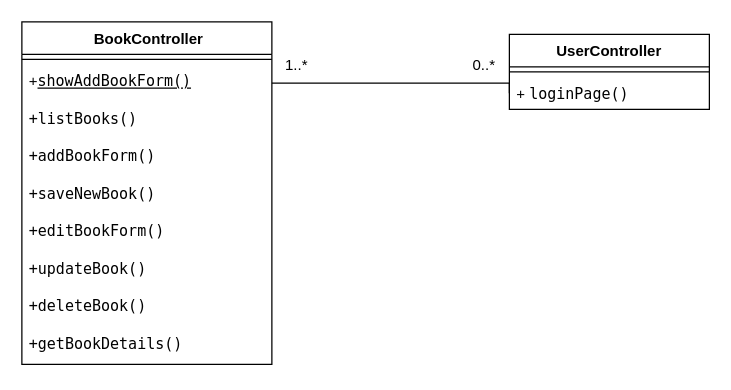
Before: クラス図.drawio in SuLeiMin/NewLibrarySystem, a draw.io diagram. Source tidied: cells renumbered, new cells numbered last; positions are measured from the earlier drawing's top-left corner, leaving out a move shared by most shapes. Both pictures are drawn from the tidied source at 125%, with x=0, y=0 at pixel (21, 21).
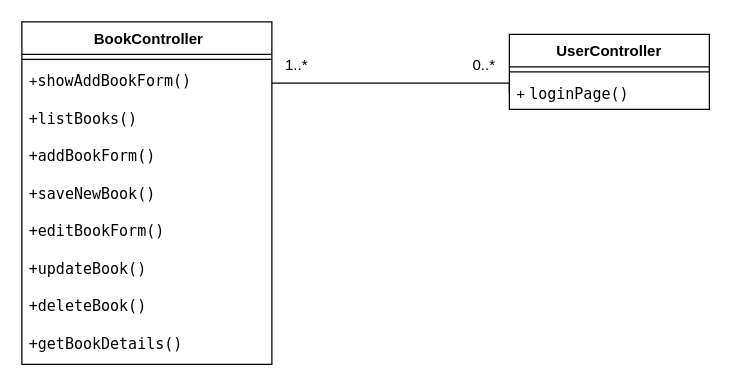
The same page after the edit.

The edit, as a diff of the source:
```diff
@@
 <mxGraphModel>
   <root>
     <mxCell id="0" />
     <mxCell id="1" parent="0" />
     <mxCell id="2" value="&amp;nbsp;BookController" style="swimlane;fontStyle=1;align=center;verticalAlign=top;horizontal=1;startSize=26;whiteSpace=wrap;html=1;" parent="1" vertex="1">
       <mxGeometry width="200" height="274" as="geometry" />
     </mxCell>
     <mxCell id="3" style="line;strokeWidth=1;fillColor=none;align=left;verticalAlign=middle;spacingTop=-1;spacingLeft=3;spacingRight=3;labelPosition=right;strokeColor=inherit;" parent="2" vertex="1">
       <mxGeometry y="26" width="200" height="8" as="geometry" />
     </mxCell>
-    <mxCell id="4" value="+&lt;font face=&quot;Menlo&quot;&gt;&lt;u&gt;showAddBookForm()&lt;/u&gt;&lt;/font&gt;" style="text;strokeColor=none;fillColor=none;align=left;verticalAlign=top;spacingLeft=4;spacingRight=4;overflow=hidden;points=[[0,0.5],[1,0.5]];portConstraint=eastwest;whiteSpace=wrap;html=1;" parent="2" vertex="1">
+    <mxCell id="4" value="+&lt;font face=&quot;Menlo&quot;&gt;&lt;span&gt;showAddBookForm()&lt;/span&gt;&lt;/font&gt;" style="text;strokeColor=none;fillColor=none;align=left;verticalAlign=top;spacingLeft=4;spacingRight=4;overflow=hidden;points=[[0,0.5],[1,0.5]];portConstraint=eastwest;whiteSpace=wrap;html=1;fontStyle=0;" parent="2" vertex="1">
       <mxGeometry y="34" width="200" height="30" as="geometry" />
     </mxCell>
     <mxCell id="5" value="&lt;p style=&quot;margin: 0px; font-variant-numeric: normal; font-variant-east-asian: normal; font-variant-alternates: normal; font-size-adjust: none; font-kerning: auto; font-optical-sizing: auto; font-feature-settings: normal; font-variation-settings: normal; font-variant-position: normal; font-variant-emoji: normal; font-stretch: normal; line-height: normal; font-family: Menlo;&quot; class=&quot;p1&quot;&gt;+listBooks()&lt;/p&gt;" style="text;strokeColor=none;fillColor=none;align=left;verticalAlign=top;spacingLeft=4;spacingRight=4;overflow=hidden;whiteSpace=wrap;html=1;" parent="2" vertex="1">
       <mxGeometry y="64" width="200" height="30" as="geometry" />
     </mxCell>
     <mxCell id="6" value="&lt;p style=&quot;margin: 0px; font-variant-numeric: normal; font-variant-east-asian: normal; font-variant-alternates: normal; font-size-adjust: none; font-kerning: auto; font-optical-sizing: auto; font-feature-settings: normal; font-variation-settings: normal; font-variant-position: normal; font-variant-emoji: normal; font-stretch: normal; line-height: normal; font-family: Menlo;&quot; class=&quot;p1&quot;&gt;+&lt;span style=&quot;background-color: transparent; color: light-dark(rgb(0, 0, 0), rgb(255, 255, 255));&quot;&gt;addBookForm&lt;/span&gt;&lt;span style=&quot;background-color: transparent; color: light-dark(rgb(0, 0, 0), rgb(255, 255, 255));&quot;&gt;()&lt;/span&gt;&lt;/p&gt;" style="text;strokeColor=none;fillColor=none;align=left;verticalAlign=top;spacingLeft=4;spacingRight=4;overflow=hidden;whiteSpace=wrap;html=1;" parent="2" vertex="1">
       <mxGeometry y="94" width="200" height="30" as="geometry" />
     </mxCell>
     <mxCell id="7" value="&lt;p style=&quot;margin: 0px; font-variant-numeric: normal; font-variant-east-asian: normal; font-variant-alternates: normal; font-size-adjust: none; font-kerning: auto; font-optical-sizing: auto; font-feature-settings: normal; font-variation-settings: normal; font-variant-position: normal; font-variant-emoji: normal; font-stretch: normal; line-height: normal; font-family: Menlo;&quot; class=&quot;p1&quot;&gt;+&lt;span style=&quot;background-color: transparent; color: light-dark(rgb(0, 0, 0), rgb(255, 255, 255));&quot;&gt;saveNewBook&lt;/span&gt;&lt;span style=&quot;background-color: transparent; color: light-dark(rgb(0, 0, 0), rgb(255, 255, 255));&quot;&gt;()&lt;/span&gt;&lt;/p&gt;" style="text;strokeColor=none;fillColor=none;align=left;verticalAlign=top;spacingLeft=4;spacingRight=4;overflow=hidden;whiteSpace=wrap;html=1;" parent="2" vertex="1">
       <mxGeometry y="124" width="200" height="30" as="geometry" />
     </mxCell>
     <mxCell id="8" value="&lt;p style=&quot;margin: 0px; font-variant-numeric: normal; font-variant-east-asian: normal; font-variant-alternates: normal; font-size-adjust: none; font-kerning: auto; font-optical-sizing: auto; font-feature-settings: normal; font-variation-settings: normal; font-variant-position: normal; font-variant-emoji: normal; font-stretch: normal; line-height: normal; font-family: Menlo;&quot; class=&quot;p1&quot;&gt;+&lt;span style=&quot;background-color: transparent; color: light-dark(rgb(0, 0, 0), rgb(255, 255, 255));&quot;&gt;editBookForm&lt;/span&gt;&lt;span style=&quot;background-color: transparent; color: light-dark(rgb(0, 0, 0), rgb(255, 255, 255));&quot;&gt;()&lt;/span&gt;&lt;/p&gt;" style="text;strokeColor=none;fillColor=none;align=left;verticalAlign=top;spacingLeft=4;spacingRight=4;overflow=hidden;whiteSpace=wrap;html=1;" parent="2" vertex="1">
       <mxGeometry y="154" width="200" height="30" as="geometry" />
     </mxCell>
     <mxCell id="9" value="&lt;p style=&quot;margin: 0px; font-variant-numeric: normal; font-variant-east-asian: normal; font-variant-alternates: normal; font-size-adjust: none; font-kerning: auto; font-optical-sizing: auto; font-feature-settings: normal; font-variation-settings: normal; font-variant-position: normal; font-variant-emoji: normal; font-stretch: normal; line-height: normal; font-family: Menlo;&quot; class=&quot;p1&quot;&gt;+&lt;span style=&quot;background-color: transparent; color: light-dark(rgb(0, 0, 0), rgb(255, 255, 255));&quot;&gt;updateBook&lt;/span&gt;&lt;span style=&quot;background-color: transparent; color: light-dark(rgb(0, 0, 0), rgb(255, 255, 255));&quot;&gt;()&lt;/span&gt;&lt;/p&gt;" style="text;strokeColor=none;fillColor=none;align=left;verticalAlign=top;spacingLeft=4;spacingRight=4;overflow=hidden;whiteSpace=wrap;html=1;" parent="2" vertex="1">
       <mxGeometry y="184" width="200" height="30" as="geometry" />
     </mxCell>
     <mxCell id="10" value="&lt;p style=&quot;margin: 0px; font-variant-numeric: normal; font-variant-east-asian: normal; font-variant-alternates: normal; font-size-adjust: none; font-kerning: auto; font-optical-sizing: auto; font-feature-settings: normal; font-variation-settings: normal; font-variant-position: normal; font-variant-emoji: normal; font-stretch: normal; line-height: normal; font-family: Menlo;&quot; class=&quot;p1&quot;&gt;+&lt;span style=&quot;background-color: transparent; color: light-dark(rgb(0, 0, 0), rgb(255, 255, 255));&quot;&gt;deleteBook&lt;/span&gt;&lt;span style=&quot;background-color: transparent; color: light-dark(rgb(0, 0, 0), rgb(255, 255, 255));&quot;&gt;()&lt;/span&gt;&lt;/p&gt;" style="text;strokeColor=none;fillColor=none;align=left;verticalAlign=top;spacingLeft=4;spacingRight=4;overflow=hidden;whiteSpace=wrap;html=1;" parent="2" vertex="1">
       <mxGeometry y="214" width="200" height="30" as="geometry" />
     </mxCell>
     <mxCell id="11" value="&lt;p style=&quot;margin: 0px; font-variant-numeric: normal; font-variant-east-asian: normal; font-variant-alternates: normal; font-size-adjust: none; font-kerning: auto; font-optical-sizing: auto; font-feature-settings: normal; font-variation-settings: normal; font-variant-position: normal; font-variant-emoji: normal; font-stretch: normal; line-height: normal; font-family: Menlo;&quot; class=&quot;p1&quot;&gt;+&lt;span style=&quot;background-color: transparent; color: light-dark(rgb(0, 0, 0), rgb(255, 255, 255));&quot;&gt;getBookDetails&lt;/span&gt;&lt;span style=&quot;background-color: transparent; color: light-dark(rgb(0, 0, 0), rgb(255, 255, 255));&quot;&gt;()&lt;/span&gt;&lt;/p&gt;" style="text;strokeColor=none;fillColor=none;align=left;verticalAlign=top;spacingLeft=4;spacingRight=4;overflow=hidden;whiteSpace=wrap;html=1;" parent="2" vertex="1">
       <mxGeometry y="244" width="200" height="30" as="geometry" />
     </mxCell>
     <mxCell id="12" value="UserController" style="swimlane;fontStyle=1;align=center;verticalAlign=top;horizontal=1;startSize=26;whiteSpace=wrap;html=1;" parent="1" vertex="1">
       <mxGeometry x="390" y="10" width="160" height="60" as="geometry" />
     </mxCell>
     <mxCell id="13" style="line;strokeWidth=1;fillColor=none;align=left;verticalAlign=middle;spacingTop=-1;spacingLeft=3;spacingRight=3;labelPosition=right;strokeColor=inherit;" parent="12" vertex="1">
       <mxGeometry y="26" width="160" height="8" as="geometry" />
     </mxCell>
     <mxCell id="14" value="+&amp;nbsp;&lt;span style=&quot;font-family: Menlo; background-color: transparent; color: light-dark(rgb(0, 0, 0), rgb(255, 255, 255));&quot;&gt;loginPage()&lt;/span&gt;" style="text;strokeColor=none;fillColor=none;align=left;verticalAlign=top;spacingLeft=4;spacingRight=4;overflow=hidden;points=[[0,0.5],[1,0.5]];portConstraint=eastwest;whiteSpace=wrap;html=1;" parent="12" vertex="1">
       <mxGeometry y="34" width="160" height="26" as="geometry" />
     </mxCell>
     <mxCell id="15" style="edgeStyle=orthogonalEdgeStyle;rounded=0;jettySize=auto;html=1;exitX=1;exitY=0.5;exitDx=0;exitDy=0;entryX=0;entryY=0.5;entryDx=0;entryDy=0;endArrow=none;startFill=0;" parent="1" edge="1" source="4" target="14">
       <mxGeometry relative="1" as="geometry">
         <Array as="points">
           <mxPoint x="390" y="49" />
         </Array>
       </mxGeometry>
     </mxCell>
     <mxCell id="16" value="1..*" style="text;html=1;align=center;verticalAlign=middle;whiteSpace=wrap;rounded=0;" parent="1" vertex="1">
       <mxGeometry x="190" y="20" width="60" height="30" as="geometry" />
     </mxCell>
     <mxCell id="17" value="0..*" style="text;html=1;align=center;verticalAlign=middle;whiteSpace=wrap;rounded=0;" parent="1" vertex="1">
       <mxGeometry x="340" y="20" width="60" height="30" as="geometry" />
     </mxCell>
   </root>
 </mxGraphModel>
```
